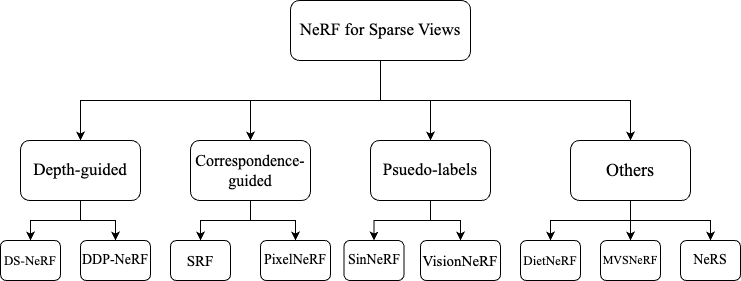
The draw.io diagram assets/taxonomy.png in KrWriter/CP-midterm, before a commit. Source tidied: cells renumbered, new cells last; positions are measured from the earlier drawing's top-left corner, leaving out a move shared by most shapes.
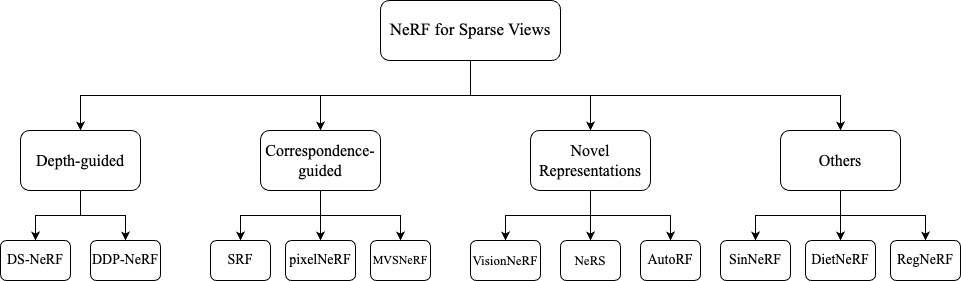
Later version of the same file.

Change to the diagram source:
```diff
@@ -2,30 +2,20 @@
   <root>
     <mxCell id="0" />
     <mxCell id="1" parent="0" />
+    <mxCell id="4" style="edgeStyle=orthogonalEdgeStyle;rounded=0;jettySize=auto;html=1;exitX=0.5;exitY=1;exitDx=0;exitDy=0;" parent="1" edge="1" source="6" target="15">
+      <mxGeometry relative="1" as="geometry" />
+    </mxCell>
     <mxCell id="2" style="edgeStyle=orthogonalEdgeStyle;rounded=0;jettySize=auto;html=1;exitX=0.5;exitY=1;exitDx=0;exitDy=0;entryX=0.5;entryY=0;entryDx=0;entryDy=0;" parent="1" edge="1" source="6" target="9">
-      <mxGeometry relative="1" as="geometry">
-        <Array as="points">
-          <mxPoint x="380" y="100" />
-          <mxPoint x="80" y="100" />
-        </Array>
-      </mxGeometry>
+      <mxGeometry relative="1" as="geometry" />
     </mxCell>
-    <mxCell id="3" style="edgeStyle=orthogonalEdgeStyle;rounded=0;jettySize=auto;html=1;exitX=0.5;exitY=1;exitDx=0;exitDy=0;entryX=0.5;entryY=0;entryDx=0;entryDy=0;" parent="1" edge="1" source="6" target="12">
-      <mxGeometry relative="1" as="geometry">
-        <Array as="points">
-          <mxPoint x="380" y="100" />
-          <mxPoint x="250" y="100" />
-        </Array>
-      </mxGeometry>
+    <mxCell id="3" style="edgeStyle=orthogonalEdgeStyle;rounded=0;jettySize=auto;html=1;exitX=0.5;exitY=1;exitDx=0;exitDy=0;" parent="1" edge="1" source="6" target="12">
+      <mxGeometry relative="1" as="geometry" />
     </mxCell>
-    <mxCell id="4" style="edgeStyle=orthogonalEdgeStyle;rounded=0;jettySize=auto;html=1;exitX=0.5;exitY=1;exitDx=0;exitDy=0;" parent="1" edge="1" source="6" target="15">
-      <mxGeometry relative="1" as="geometry" />
-    </mxCell>
     <mxCell id="5" style="edgeStyle=orthogonalEdgeStyle;rounded=0;jettySize=auto;html=1;exitX=0.5;exitY=1;exitDx=0;exitDy=0;" parent="1" edge="1" source="6" target="19">
       <mxGeometry relative="1" as="geometry" />
     </mxCell>
-    <mxCell id="6" value="&lt;font face=&quot;Times New Roman&quot; style=&quot;font-size: 17px;&quot;&gt;NeRF for Sparse Views&lt;/font&gt;" style="rounded=1;whiteSpace=wrap;html=1;" parent="1" vertex="1">
-      <mxGeometry x="290" width="180" height="60" as="geometry" />
+    <mxCell id="6" value="&lt;font style=&quot;font-size: 17px;&quot; face=&quot;Times New Roman&quot;&gt;NeRF for Sparse Views&lt;/font&gt;" style="rounded=1;whiteSpace=wrap;html=1;" parent="1" vertex="1">
+      <mxGeometry x="240" width="180" height="60" as="geometry" />
     </mxCell>
     <mxCell id="7" style="edgeStyle=orthogonalEdgeStyle;rounded=0;jettySize=auto;html=1;exitX=0.5;exitY=1;exitDx=0;exitDy=0;" parent="1" edge="1" source="9" target="20">
       <mxGeometry relative="1" as="geometry" />
@@ -33,8 +23,8 @@
     <mxCell id="8" style="edgeStyle=orthogonalEdgeStyle;rounded=0;jettySize=auto;html=1;exitX=0.5;exitY=1;exitDx=0;exitDy=0;" parent="1" edge="1" source="9" target="21">
       <mxGeometry relative="1" as="geometry" />
     </mxCell>
-    <mxCell id="9" value="&lt;font style=&quot;font-size: 17px;&quot; face=&quot;Times New Roman&quot;&gt;Depth-guided&lt;/font&gt;" style="rounded=1;whiteSpace=wrap;html=1;" parent="1" vertex="1">
-      <mxGeometry x="20" y="140" width="120" height="60" as="geometry" />
+    <mxCell id="9" value="&lt;font style=&quot;font-size: 16px;&quot; face=&quot;Times New Roman&quot;&gt;Depth-guided&lt;/font&gt;" style="rounded=1;whiteSpace=wrap;html=1;" parent="1" vertex="1">
+      <mxGeometry x="-120" y="130" width="120" height="60" as="geometry" />
     </mxCell>
     <mxCell id="10" style="edgeStyle=orthogonalEdgeStyle;rounded=0;jettySize=auto;html=1;exitX=0.5;exitY=1;exitDx=0;exitDy=0;entryX=0.5;entryY=0;entryDx=0;entryDy=0;" parent="1" edge="1" source="12" target="22">
       <mxGeometry relative="1" as="geometry" />
@@ -42,56 +32,68 @@
     <mxCell id="11" style="edgeStyle=orthogonalEdgeStyle;rounded=0;jettySize=auto;html=1;exitX=0.5;exitY=1;exitDx=0;exitDy=0;entryX=0.5;entryY=0;entryDx=0;entryDy=0;" parent="1" edge="1" source="12" target="23">
       <mxGeometry relative="1" as="geometry" />
     </mxCell>
+    <mxCell id="29" style="edgeStyle=orthogonalEdgeStyle;rounded=0;jettySize=auto;html=1;exitX=0.5;exitY=1;exitDx=0;exitDy=0;" parent="1" edge="1" source="12" target="26">
+      <mxGeometry relative="1" as="geometry" />
+    </mxCell>
-    <mxCell id="12" value="&lt;font style=&quot;font-size: 16px;&quot; face=&quot;Times New Roman&quot;&gt;Correspondence-guided&lt;/font&gt;" style="rounded=1;whiteSpace=wrap;html=1;" parent="1" vertex="1">
-      <mxGeometry x="190" y="140" width="120" height="60" as="geometry" />
+    <mxCell id="12" value="&lt;font face=&quot;Times New Roman&quot; style=&quot;font-size: 16px;&quot;&gt;Correspondence-guided&lt;/font&gt;" style="rounded=1;whiteSpace=wrap;html=1;" parent="1" vertex="1">
+      <mxGeometry x="120" y="130" width="120" height="60" as="geometry" />
     </mxCell>
-    <mxCell id="13" style="edgeStyle=orthogonalEdgeStyle;rounded=0;jettySize=auto;html=1;exitX=0.5;exitY=1;exitDx=0;exitDy=0;entryX=0.5;entryY=0;entryDx=0;entryDy=0;" parent="1" edge="1" source="15" target="24">
-      <mxGeometry relative="1" as="geometry" />
-    </mxCell>
     <mxCell id="14" style="edgeStyle=orthogonalEdgeStyle;rounded=0;jettySize=auto;html=1;exitX=0.5;exitY=1;exitDx=0;exitDy=0;entryX=0.5;entryY=0;entryDx=0;entryDy=0;" parent="1" edge="1" source="15" target="25">
       <mxGeometry relative="1" as="geometry" />
     </mxCell>
+    <mxCell id="30" style="edgeStyle=orthogonalEdgeStyle;rounded=0;jettySize=auto;html=1;exitX=0.5;exitY=1;exitDx=0;exitDy=0;" parent="1" edge="1" source="15" target="28">
+      <mxGeometry relative="1" as="geometry" />
+    </mxCell>
+    <mxCell id="31" style="edgeStyle=orthogonalEdgeStyle;rounded=0;jettySize=auto;html=1;exitX=0.5;exitY=1;exitDx=0;exitDy=0;" parent="1" edge="1" source="15" target="34">
+      <mxGeometry relative="1" as="geometry" />
+    </mxCell>
-    <mxCell id="15" value="&lt;font style=&quot;font-size: 17px;&quot; face=&quot;Times New Roman&quot;&gt;Psuedo-labels&lt;/font&gt;" style="rounded=1;whiteSpace=wrap;html=1;" parent="1" vertex="1">
-      <mxGeometry x="370" y="140" width="120" height="60" as="geometry" />
+    <mxCell id="15" value="&lt;font style=&quot;font-size: 16px;&quot; face=&quot;Times New Roman&quot;&gt;Novel Representations&lt;/font&gt;" style="rounded=1;whiteSpace=wrap;html=1;" parent="1" vertex="1">
+      <mxGeometry x="390" y="130" width="120" height="60" as="geometry" />
     </mxCell>
     <mxCell id="16" style="edgeStyle=orthogonalEdgeStyle;rounded=0;jettySize=auto;html=1;exitX=0.5;exitY=1;exitDx=0;exitDy=0;entryX=0.5;entryY=0;entryDx=0;entryDy=0;" parent="1" edge="1" source="19" target="27">
       <mxGeometry relative="1" as="geometry" />
     </mxCell>
-    <mxCell id="17" style="edgeStyle=orthogonalEdgeStyle;rounded=0;jettySize=auto;html=1;exitX=0.5;exitY=1;exitDx=0;exitDy=0;entryX=0.5;entryY=0;entryDx=0;entryDy=0;" parent="1" edge="1" source="19" target="26">
-      <mxGeometry relative="1" as="geometry" />
-    </mxCell>
-    <mxCell id="18" style="edgeStyle=orthogonalEdgeStyle;rounded=0;jettySize=auto;html=1;exitX=0.5;exitY=1;exitDx=0;exitDy=0;entryX=0.5;entryY=0;entryDx=0;entryDy=0;" parent="1" edge="1" source="19" target="28">
-      <mxGeometry relative="1" as="geometry" />
-    </mxCell>
+    <mxCell id="32" style="edgeStyle=orthogonalEdgeStyle;rounded=0;jettySize=auto;html=1;exitX=0.5;exitY=1;exitDx=0;exitDy=0;entryX=0.5;entryY=0;entryDx=0;entryDy=0;" parent="1" edge="1" source="19" target="24">
+      <mxGeometry relative="1" as="geometry" />
+    </mxCell>
+    <mxCell id="33" style="edgeStyle=orthogonalEdgeStyle;rounded=0;jettySize=auto;html=1;exitX=0.5;exitY=1;exitDx=0;exitDy=0;entryX=0.5;entryY=0;entryDx=0;entryDy=0;" parent="1" edge="1" source="19" target="35">
+      <mxGeometry relative="1" as="geometry" />
+    </mxCell>
-    <mxCell id="19" value="&lt;font style=&quot;font-size: 18px;&quot; face=&quot;Times New Roman&quot;&gt;Others&lt;/font&gt;" style="rounded=1;whiteSpace=wrap;html=1;" parent="1" vertex="1">
-      <mxGeometry x="570" y="140" width="120" height="60" as="geometry" />
+    <mxCell id="19" value="&lt;font style=&quot;font-size: 16px;&quot; face=&quot;Times New Roman&quot;&gt;Others&lt;/font&gt;" style="rounded=1;whiteSpace=wrap;html=1;" parent="1" vertex="1">
+      <mxGeometry x="640" y="130" width="120" height="60" as="geometry" />
     </mxCell>
-    <mxCell id="20" value="&lt;font style=&quot;font-size: 13px;&quot; face=&quot;Times New Roman&quot;&gt;DS-NeRF&lt;/font&gt;" style="rounded=1;whiteSpace=wrap;html=1;" parent="1" vertex="1">
-      <mxGeometry y="240" width="60" height="40" as="geometry" />
+    <mxCell id="20" value="&lt;font style=&quot;font-size: 14px;&quot; face=&quot;Times New Roman&quot;&gt;DS-NeRF&lt;/font&gt;" style="rounded=1;whiteSpace=wrap;html=1;" parent="1" vertex="1">
+      <mxGeometry x="-140" y="240" width="70" height="40" as="geometry" />
     </mxCell>
     <mxCell id="21" value="&lt;font style=&quot;font-size: 14px;&quot; face=&quot;Times New Roman&quot;&gt;DDP-NeRF&lt;/font&gt;" style="rounded=1;whiteSpace=wrap;html=1;" parent="1" vertex="1">
-      <mxGeometry x="80" y="240" width="70" height="40" as="geometry" />
+      <mxGeometry x="-50" y="240" width="70" height="40" as="geometry" />
     </mxCell>
-    <mxCell id="22" value="&lt;font style=&quot;font-size: 15px;&quot; face=&quot;Times New Roman&quot;&gt;SRF&lt;/font&gt;" style="rounded=1;whiteSpace=wrap;html=1;" parent="1" vertex="1">
-      <mxGeometry x="170" y="240" width="60" height="40" as="geometry" />
+    <mxCell id="22" value="&lt;font style=&quot;font-size: 14px;&quot; face=&quot;Times New Roman&quot;&gt;SRF&lt;/font&gt;" style="rounded=1;whiteSpace=wrap;html=1;" parent="1" vertex="1">
+      <mxGeometry x="70" y="240" width="60" height="40" as="geometry" />
     </mxCell>
-    <mxCell id="23" value="&lt;font style=&quot;font-size: 14px;&quot; face=&quot;Times New Roman&quot;&gt;PixelNeRF&lt;/font&gt;" style="rounded=1;whiteSpace=wrap;html=1;" parent="1" vertex="1">
-      <mxGeometry x="260" y="240" width="70" height="40" as="geometry" />
+    <mxCell id="23" value="&lt;font face=&quot;Times New Roman&quot; style=&quot;font-size: 14px;&quot;&gt;pixelNeRF&lt;/font&gt;" style="rounded=1;whiteSpace=wrap;html=1;" parent="1" vertex="1">
+      <mxGeometry x="145" y="240" width="70" height="40" as="geometry" />
     </mxCell>
     <mxCell id="24" value="&lt;font style=&quot;font-size: 14px;&quot; face=&quot;Times New Roman&quot;&gt;SinNeRF&lt;/font&gt;" style="rounded=1;whiteSpace=wrap;html=1;" parent="1" vertex="1">
-      <mxGeometry x="343.5" y="240" width="60" height="40" as="geometry" />
+      <mxGeometry x="580" y="240" width="70" height="40" as="geometry" />
     </mxCell>
-    <mxCell id="25" value="&lt;font face=&quot;Times New Roman&quot; style=&quot;font-size: 15px;&quot;&gt;VisionNeRF&lt;/font&gt;" style="rounded=1;whiteSpace=wrap;html=1;" parent="1" vertex="1">
-      <mxGeometry x="420" y="240" width="80" height="40" as="geometry" />
+    <mxCell id="25" value="&lt;font style=&quot;font-size: 13px;&quot; face=&quot;Times New Roman&quot;&gt;VisionNeRF&lt;/font&gt;" style="rounded=1;whiteSpace=wrap;html=1;" parent="1" vertex="1">
+      <mxGeometry x="330" y="240" width="70" height="40" as="geometry" />
     </mxCell>
     <mxCell id="26" value="&lt;font style=&quot;font-size: 12px;&quot; face=&quot;Times New Roman&quot;&gt;MVSNeRF&lt;/font&gt;" style="rounded=1;whiteSpace=wrap;html=1;" parent="1" vertex="1">
-      <mxGeometry x="600" y="240" width="60" height="40" as="geometry" />
+      <mxGeometry x="230" y="240" width="60" height="40" as="geometry" />
     </mxCell>
-    <mxCell id="27" value="&lt;font style=&quot;font-size: 13px;&quot; face=&quot;Times New Roman&quot;&gt;DietNeRF&lt;/font&gt;" style="rounded=1;whiteSpace=wrap;html=1;" parent="1" vertex="1">
-      <mxGeometry x="520" y="240" width="60" height="40" as="geometry" />
+    <mxCell id="27" value="&lt;font style=&quot;font-size: 14px;&quot; face=&quot;Times New Roman&quot;&gt;DietNeRF&lt;/font&gt;" style="rounded=1;whiteSpace=wrap;html=1;" parent="1" vertex="1">
+      <mxGeometry x="665" y="240" width="70" height="40" as="geometry" />
     </mxCell>
-    <mxCell id="28" value="&lt;font style=&quot;font-size: 14px;&quot; face=&quot;Times New Roman&quot;&gt;NeRS&lt;/font&gt;" style="rounded=1;whiteSpace=wrap;html=1;" parent="1" vertex="1">
-      <mxGeometry x="680" y="240" width="60" height="40" as="geometry" />
+    <mxCell id="28" value="&lt;font style=&quot;font-size: 13px;&quot; face=&quot;Times New Roman&quot;&gt;NeRS&lt;/font&gt;" style="rounded=1;whiteSpace=wrap;html=1;" parent="1" vertex="1">
+      <mxGeometry x="420" y="240" width="60" height="40" as="geometry" />
     </mxCell>
+    <mxCell id="34" value="&lt;font style=&quot;font-size: 14px;&quot; face=&quot;Times New Roman&quot;&gt;AutoRF&lt;/font&gt;" style="rounded=1;whiteSpace=wrap;html=1;" parent="1" vertex="1">
+      <mxGeometry x="500" y="240" width="60" height="40" as="geometry" />
+    </mxCell>
+    <mxCell id="35" value="&lt;font style=&quot;font-size: 14px;&quot; face=&quot;Times New Roman&quot;&gt;RegNeRF&lt;/font&gt;" style="rounded=1;whiteSpace=wrap;html=1;" parent="1" vertex="1">
+      <mxGeometry x="750" y="240" width="70" height="40" as="geometry" />
+    </mxCell>
   </root>
 </mxGraphModel>
```
